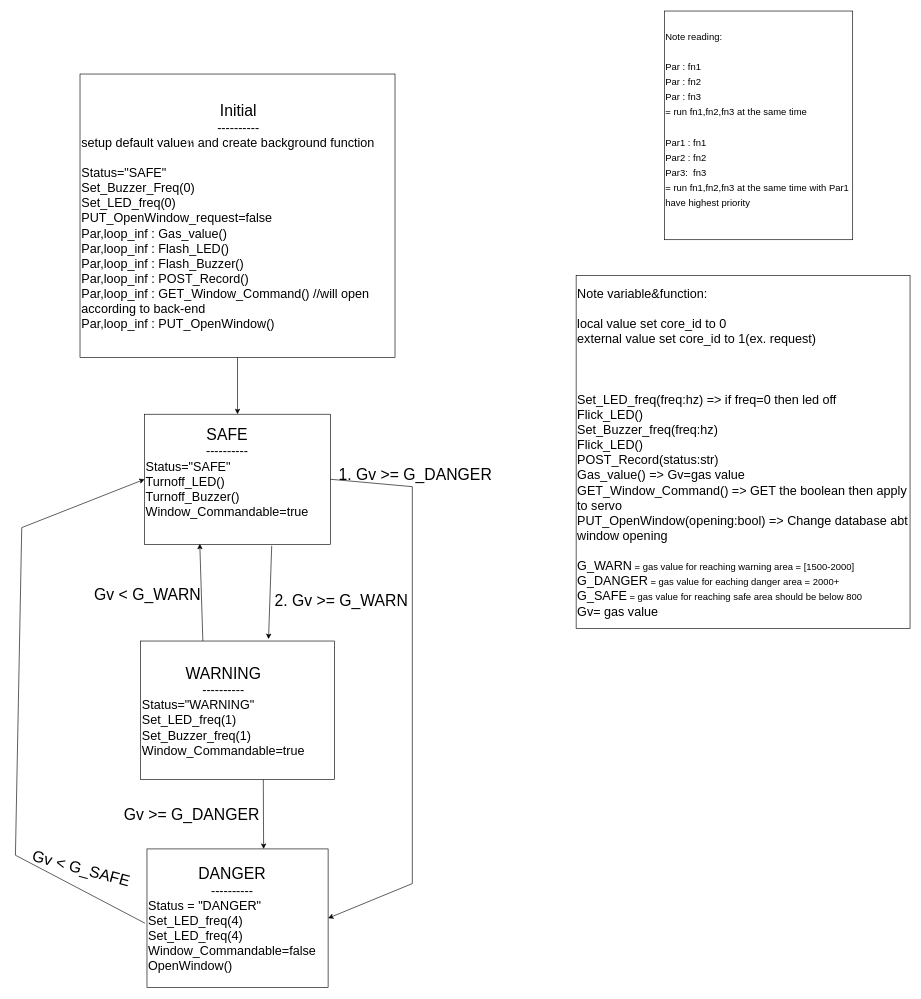
exceed19-02/Gas-detector-hardware keeps this draw.io diagram as Gas-Detector-State.drawio. Above is the earlier version. Source tidied: cells renumbered, new cells numbered last; positions are measured from the earlier drawing's top-left corner, leaving out a move shared by most shapes. Both pictures are drawn from the tidied source at 63%, with x=0, y=0 at pixel (15, 11).
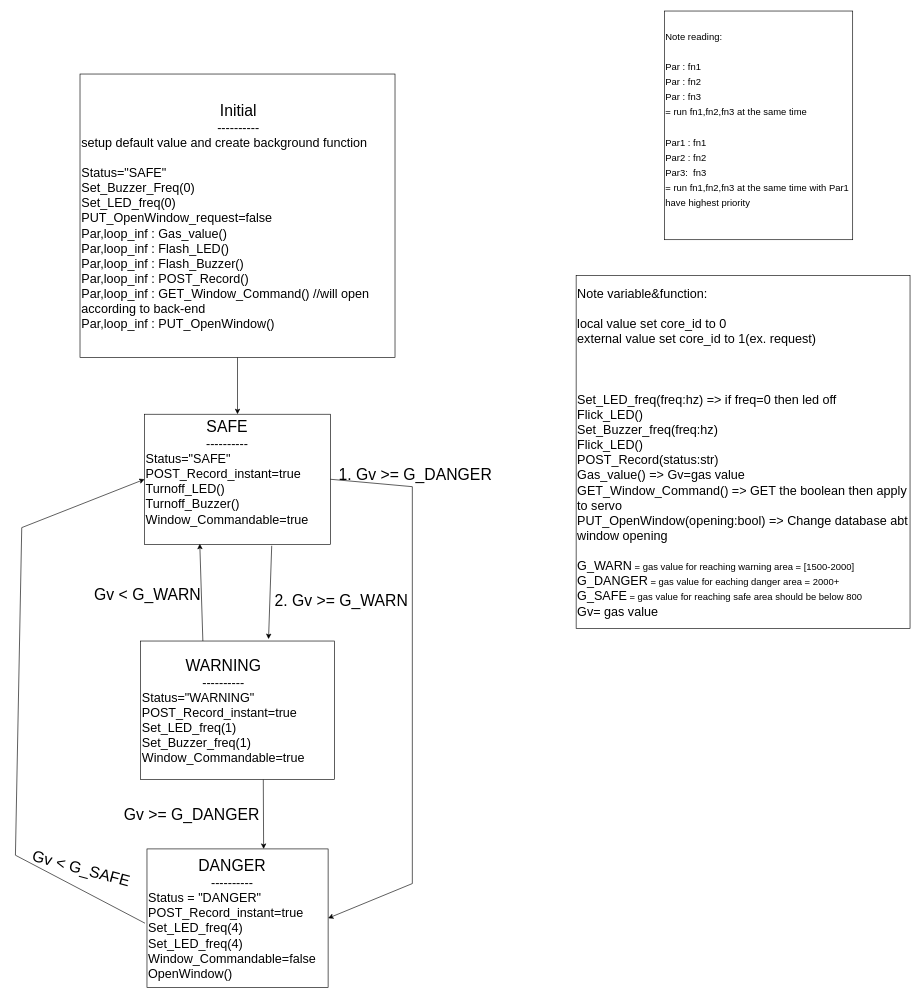
The same diagram, later.

What changed in the source:
```diff
@@
-    <mxCell id="2" value="&lt;div style=&quot;text-align: center;&quot;&gt;&lt;span style=&quot;background-color: initial;&quot;&gt;&lt;font style=&quot;font-size: 25px;&quot;&gt;SAFE&lt;/font&gt;&lt;/span&gt;&lt;/div&gt;&lt;div style=&quot;text-align: center; font-size: 20px;&quot;&gt;&lt;span style=&quot;background-color: initial;&quot;&gt;&lt;font style=&quot;font-size: 20px;&quot;&gt;----------&lt;/font&gt;&lt;/span&gt;&lt;/div&gt;&lt;div style=&quot;font-size: 20px;&quot;&gt;&lt;span style=&quot;background-color: initial;&quot;&gt;&lt;font style=&quot;font-size: 20px;&quot;&gt;Status=&quot;SAFE&quot;&lt;/font&gt;&lt;/span&gt;&lt;/div&gt;&lt;div style=&quot;font-size: 20px;&quot;&gt;Turnoff_LED()&lt;/div&gt;&lt;div style=&quot;font-size: 20px;&quot;&gt;Turnoff_Buzzer()&lt;/div&gt;&lt;div style=&quot;font-size: 20px;&quot;&gt;Window_Commandable=true&lt;/div&gt;&lt;div style=&quot;font-size: 20px;&quot;&gt;&lt;br&gt;&lt;/div&gt;" style="rounded=0;whiteSpace=wrap;html=1;align=left;" parent="1" vertex="1">
+    <mxCell id="2" value="&lt;div style=&quot;text-align: center;&quot;&gt;&lt;span style=&quot;background-color: initial;&quot;&gt;&lt;font style=&quot;font-size: 25px;&quot;&gt;SAFE&lt;/font&gt;&lt;/span&gt;&lt;/div&gt;&lt;div style=&quot;text-align: center; font-size: 20px;&quot;&gt;&lt;span style=&quot;background-color: initial;&quot;&gt;&lt;font style=&quot;font-size: 20px;&quot;&gt;----------&lt;/font&gt;&lt;/span&gt;&lt;/div&gt;&lt;div style=&quot;font-size: 20px;&quot;&gt;&lt;span style=&quot;background-color: initial;&quot;&gt;&lt;font style=&quot;font-size: 20px;&quot;&gt;Status=&quot;SAFE&quot;&lt;/font&gt;&lt;/span&gt;&lt;/div&gt;&lt;div style=&quot;font-size: 20px;&quot;&gt;POST_Record_instant=true&lt;/div&gt;&lt;div style=&quot;font-size: 20px;&quot;&gt;Turnoff_LED()&lt;/div&gt;&lt;div style=&quot;font-size: 20px;&quot;&gt;Turnoff_Buzzer()&lt;/div&gt;&lt;div style=&quot;font-size: 20px;&quot;&gt;Window_Commandable=true&lt;/div&gt;&lt;div style=&quot;font-size: 20px;&quot;&gt;&lt;br&gt;&lt;/div&gt;" style="rounded=0;whiteSpace=wrap;html=1;align=left;" parent="1" vertex="1">
       <mxGeometry x="205" y="640" width="295" height="206.5" as="geometry" />
     </mxCell>
@@
-    <mxCell id="8" value="&lt;div style=&quot;text-align: center;&quot;&gt;&lt;span style=&quot;background-color: initial;&quot;&gt;&lt;font style=&quot;font-size: 25px;&quot;&gt;WARNING&lt;/font&gt;&lt;/span&gt;&lt;/div&gt;&lt;div style=&quot;text-align: center; font-size: 20px;&quot;&gt;&lt;span style=&quot;background-color: initial;&quot;&gt;&lt;font style=&quot;font-size: 20px;&quot;&gt;----------&lt;/font&gt;&lt;/span&gt;&lt;/div&gt;&lt;div style=&quot;font-size: 20px;&quot;&gt;Status=&quot;WARNING&quot;&lt;/div&gt;&lt;div style=&quot;font-size: 20px;&quot;&gt;&lt;span style=&quot;background-color: initial;&quot;&gt;&lt;font style=&quot;font-size: 20px;&quot;&gt;Set_LED_freq(1)&lt;/font&gt;&lt;/span&gt;&lt;/div&gt;&lt;div style=&quot;font-size: 20px;&quot;&gt;&lt;span style=&quot;background-color: initial;&quot;&gt;&lt;font style=&quot;font-size: 20px;&quot;&gt;Set_Buzzer_freq(1)&lt;/font&gt;&lt;/span&gt;&lt;/div&gt;&lt;div style=&quot;font-size: 20px;&quot;&gt;&lt;span style=&quot;background-color: initial;&quot;&gt;&lt;font style=&quot;font-size: 20px;&quot;&gt;Window_Commandable=true&lt;/font&gt;&lt;/span&gt;&lt;/div&gt;" style="rounded=0;whiteSpace=wrap;html=1;align=left;" parent="1" vertex="1">
+    <mxCell id="8" value="&lt;div style=&quot;text-align: center;&quot;&gt;&lt;span style=&quot;background-color: initial;&quot;&gt;&lt;font style=&quot;font-size: 25px;&quot;&gt;WARNING&lt;/font&gt;&lt;/span&gt;&lt;/div&gt;&lt;div style=&quot;text-align: center; font-size: 20px;&quot;&gt;&lt;span style=&quot;background-color: initial;&quot;&gt;&lt;font style=&quot;font-size: 20px;&quot;&gt;----------&lt;/font&gt;&lt;/span&gt;&lt;/div&gt;&lt;div style=&quot;font-size: 20px;&quot;&gt;Status=&quot;WARNING&quot;&lt;/div&gt;&lt;div style=&quot;font-size: 20px;&quot;&gt;&lt;div style=&quot;border-color: var(--border-color);&quot;&gt;POST_Record_instant=true&lt;/div&gt;&lt;/div&gt;&lt;div style=&quot;font-size: 20px;&quot;&gt;&lt;span style=&quot;background-color: initial;&quot;&gt;&lt;font style=&quot;font-size: 20px;&quot;&gt;Set_LED_freq(1)&lt;/font&gt;&lt;/span&gt;&lt;/div&gt;&lt;div style=&quot;font-size: 20px;&quot;&gt;&lt;span style=&quot;background-color: initial;&quot;&gt;&lt;font style=&quot;font-size: 20px;&quot;&gt;Set_Buzzer_freq(1)&lt;/font&gt;&lt;/span&gt;&lt;/div&gt;&lt;div style=&quot;font-size: 20px;&quot;&gt;&lt;span style=&quot;background-color: initial;&quot;&gt;&lt;font style=&quot;font-size: 20px;&quot;&gt;Window_Commandable=true&lt;/font&gt;&lt;/span&gt;&lt;/div&gt;" style="rounded=0;whiteSpace=wrap;html=1;align=left;" parent="1" vertex="1">
       <mxGeometry x="198.8" y="1000" width="307.5" height="220" as="geometry" />
     </mxCell>
-    <mxCell id="9" value="&lt;div style=&quot;text-align: center;&quot;&gt;&lt;span style=&quot;background-color: initial;&quot;&gt;&lt;font style=&quot;font-size: 25px;&quot;&gt;DANGER&lt;/font&gt;&lt;/span&gt;&lt;/div&gt;&lt;div style=&quot;text-align: center; font-size: 20px;&quot;&gt;&lt;span style=&quot;background-color: initial;&quot;&gt;&lt;font style=&quot;font-size: 20px;&quot;&gt;----------&lt;/font&gt;&lt;/span&gt;&lt;/div&gt;&lt;div style=&quot;font-size: 20px;&quot;&gt;&lt;span style=&quot;background-color: initial;&quot;&gt;&lt;font style=&quot;font-size: 20px;&quot;&gt;Status = &quot;DANGER&quot;&lt;/font&gt;&lt;/span&gt;&lt;/div&gt;&lt;div style=&quot;font-size: 20px;&quot;&gt;Set_LED_freq(4)&lt;/div&gt;&lt;div style=&quot;font-size: 20px;&quot;&gt;Set_LED_freq(4)&lt;/div&gt;&lt;div style=&quot;font-size: 20px;&quot;&gt;Window_Commandable=false&lt;/div&gt;&lt;div style=&quot;font-size: 20px;&quot;&gt;OpenWindow()&lt;/div&gt;" style="rounded=0;whiteSpace=wrap;html=1;align=left;" parent="1" vertex="1">
+    <mxCell id="9" value="&lt;div style=&quot;text-align: center;&quot;&gt;&lt;span style=&quot;background-color: initial;&quot;&gt;&lt;font style=&quot;font-size: 25px;&quot;&gt;DANGER&lt;/font&gt;&lt;/span&gt;&lt;/div&gt;&lt;div style=&quot;text-align: center; font-size: 20px;&quot;&gt;&lt;span style=&quot;background-color: initial;&quot;&gt;&lt;font style=&quot;font-size: 20px;&quot;&gt;----------&lt;/font&gt;&lt;/span&gt;&lt;/div&gt;&lt;div style=&quot;font-size: 20px;&quot;&gt;&lt;span style=&quot;background-color: initial;&quot;&gt;&lt;font style=&quot;font-size: 20px;&quot;&gt;Status = &quot;DANGER&quot;&lt;/font&gt;&lt;/span&gt;&lt;/div&gt;&lt;div style=&quot;font-size: 20px;&quot;&gt;&lt;div style=&quot;border-color: var(--border-color);&quot;&gt;POST_Record_instant=true&lt;/div&gt;&lt;/div&gt;&lt;div style=&quot;font-size: 20px;&quot;&gt;Set_LED_freq(4)&lt;/div&gt;&lt;div style=&quot;font-size: 20px;&quot;&gt;Set_LED_freq(4)&lt;/div&gt;&lt;div style=&quot;font-size: 20px;&quot;&gt;Window_Commandable=false&lt;/div&gt;&lt;div style=&quot;font-size: 20px;&quot;&gt;OpenWindow()&lt;/div&gt;" style="rounded=0;whiteSpace=wrap;html=1;align=left;" parent="1" vertex="1">
       <mxGeometry x="208.8" y="1330" width="287.5" height="220" as="geometry" />
     </mxCell>
@@
-    <mxCell id="17" value="&lt;div style=&quot;text-align: center;&quot;&gt;&lt;span style=&quot;background-color: initial;&quot;&gt;&lt;font style=&quot;font-size: 25px;&quot;&gt;Initial&lt;/font&gt;&lt;/span&gt;&lt;/div&gt;&lt;div style=&quot;text-align: center; font-size: 20px;&quot;&gt;&lt;span style=&quot;background-color: initial;&quot;&gt;&lt;font style=&quot;font-size: 20px;&quot;&gt;----------&lt;/font&gt;&lt;/span&gt;&lt;/div&gt;&lt;div style=&quot;font-size: 20px;&quot;&gt;setup default valueห and create background function&lt;/div&gt;&lt;div style=&quot;font-size: 20px;&quot;&gt;&lt;br&gt;&lt;/div&gt;&lt;div style=&quot;font-size: 20px;&quot;&gt;Status=&quot;SAFE&quot;&lt;br&gt;&lt;/div&gt;&lt;div style=&quot;font-size: 20px;&quot;&gt;Set_Buzzer_Freq(0)&lt;/div&gt;&lt;div style=&quot;font-size: 20px;&quot;&gt;Set_LED_freq(0)&lt;/div&gt;&lt;div style=&quot;font-size: 20px;&quot;&gt;PUT_OpenWindow_request=false&lt;/div&gt;&lt;div style=&quot;font-size: 20px;&quot;&gt;Par,loop_inf : Gas_value()&lt;/div&gt;&lt;div style=&quot;font-size: 20px;&quot;&gt;Par,loop_inf : Flash_LED()&lt;/div&gt;&lt;div style=&quot;font-size: 20px;&quot;&gt;Par,loop_inf : Flash_Buzzer()&lt;/div&gt;&lt;div style=&quot;font-size: 20px;&quot;&gt;Par,loop_inf : POST_Record()&lt;/div&gt;&lt;div style=&quot;font-size: 20px;&quot;&gt;Par,loop_inf : GET_Window_Command() //will open according to back-end&lt;/div&gt;&lt;div style=&quot;font-size: 20px;&quot;&gt;Par,loop_inf : PUT_OpenWindow()&lt;/div&gt;" style="rounded=0;whiteSpace=wrap;html=1;align=left;" parent="1" vertex="1">
+    <mxCell id="17" value="&lt;div style=&quot;text-align: center;&quot;&gt;&lt;span style=&quot;background-color: initial;&quot;&gt;&lt;font style=&quot;font-size: 25px;&quot;&gt;Initial&lt;/font&gt;&lt;/span&gt;&lt;/div&gt;&lt;div style=&quot;text-align: center; font-size: 20px;&quot;&gt;&lt;span style=&quot;background-color: initial;&quot;&gt;&lt;font style=&quot;font-size: 20px;&quot;&gt;----------&lt;/font&gt;&lt;/span&gt;&lt;/div&gt;&lt;div style=&quot;font-size: 20px;&quot;&gt;setup default value and create background function&lt;/div&gt;&lt;div style=&quot;font-size: 20px;&quot;&gt;&lt;br&gt;&lt;/div&gt;&lt;div style=&quot;font-size: 20px;&quot;&gt;Status=&quot;SAFE&quot;&lt;br&gt;&lt;/div&gt;&lt;div style=&quot;font-size: 20px;&quot;&gt;Set_Buzzer_Freq(0)&lt;/div&gt;&lt;div style=&quot;font-size: 20px;&quot;&gt;Set_LED_freq(0)&lt;/div&gt;&lt;div style=&quot;font-size: 20px;&quot;&gt;PUT_OpenWindow_request=false&lt;/div&gt;&lt;div style=&quot;font-size: 20px;&quot;&gt;Par,loop_inf : Gas_value()&lt;/div&gt;&lt;div style=&quot;font-size: 20px;&quot;&gt;Par,loop_inf : Flash_LED()&lt;/div&gt;&lt;div style=&quot;font-size: 20px;&quot;&gt;Par,loop_inf : Flash_Buzzer()&lt;/div&gt;&lt;div style=&quot;font-size: 20px;&quot;&gt;Par,loop_inf : POST_Record()&lt;/div&gt;&lt;div style=&quot;font-size: 20px;&quot;&gt;Par,loop_inf : GET_Window_Command() //will open according to back-end&lt;/div&gt;&lt;div style=&quot;font-size: 20px;&quot;&gt;Par,loop_inf : PUT_OpenWindow()&lt;/div&gt;" style="rounded=0;whiteSpace=wrap;html=1;align=left;" parent="1" vertex="1">
       <mxGeometry x="102.5" y="100" width="500" height="450" as="geometry" />
     </mxCell>
```
